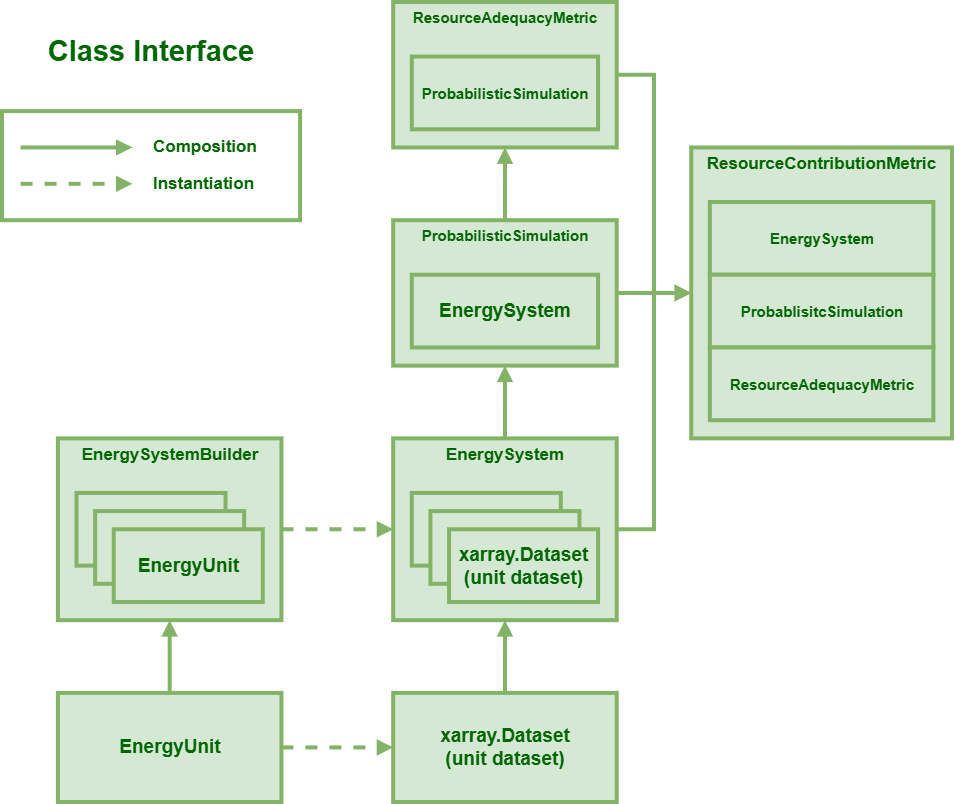
ijbd/assetra keeps this draw.io diagram as docs/_static/assetra-class-interface.drawio.png. Above is the earlier version. Source tidied: cells renumbered, new cells last; positions are measured from the earlier drawing's top-left corner, leaving out a move shared by most shapes.
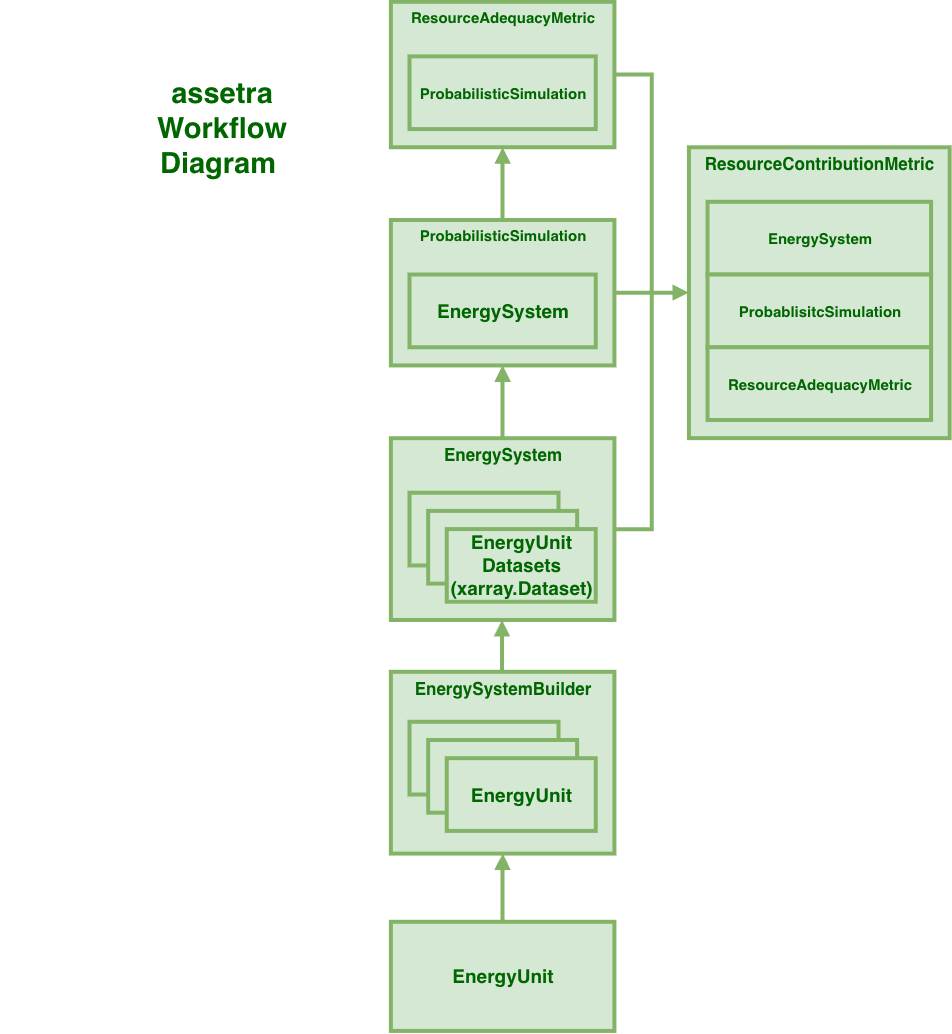
The same file after the commit.

Commit message:
Changed UML Diagrams and Badge Update Structure (#111)

The edit, as a diff of the source:
```diff
@@ -5,49 +5,28 @@
     <mxCell id="2" style="group;fontSize=34;strokeWidth=4;" parent="1" vertex="1">
       <mxGeometry width="950" height="800" as="geometry" />
     </mxCell>
-    <mxCell id="3" style="rounded=0;whiteSpace=wrap;html=1;fontFamily=Helvetica;fontSize=11;fillColor=none;strokeColor=#82b366;strokeWidth=4;" parent="2" vertex="1">
-      <mxGeometry y="109.1" width="298" height="109.1" as="geometry" />
-    </mxCell>
-    <mxCell id="4" value="EnergyUnit" style="rounded=0;whiteSpace=wrap;html=1;fillColor=#d5e8d4;strokeColor=#82b366;fontColor=#006600;strokeWidth=4;fontStyle=1;fontSize=19;" parent="2" vertex="1">
-      <mxGeometry x="55.9" y="690.9" width="223.5" height="109.1" as="geometry" />
-    </mxCell>
     <mxCell id="5" value="EnergySystemBuilder" style="rounded=0;whiteSpace=wrap;html=1;verticalAlign=top;fillColor=#d5e8d4;strokeColor=#82b366;fontColor=#006600;strokeWidth=4;fontSize=17;fontStyle=1;" parent="2" vertex="1">
-      <mxGeometry x="55.9" y="436.4" width="223.5" height="181.8" as="geometry" />
+      <mxGeometry x="391.2" y="670" width="223.5" height="181.8" as="geometry" />
     </mxCell>
-    <mxCell id="6" style="edgeStyle=orthogonalEdgeStyle;rounded=0;jettySize=auto;html=1;entryX=0.5;entryY=1;entryDx=0;entryDy=0;fillColor=#d5e8d4;strokeColor=#82b366;fontColor=#006600;strokeWidth=4;endArrow=block;endFill=1;fontStyle=1;" parent="2" edge="1" source="4" target="5">
-      <mxGeometry relative="1" as="geometry" />
-    </mxCell>
     <mxCell id="7" style="rounded=0;whiteSpace=wrap;html=1;fillColor=#d5e8d4;strokeColor=#82b366;fontColor=#006600;strokeWidth=4;fontSize=11;fontStyle=1;" parent="2" vertex="1">
-      <mxGeometry x="74.5" y="490.9" width="149" height="72.7" as="geometry" />
+      <mxGeometry x="409.8" y="720" width="149" height="72.7" as="geometry" />
     </mxCell>
-    <mxCell id="8" value="&lt;div style=&quot;font-size: 19px;&quot;&gt;xarray.Dataset&lt;br style=&quot;font-size: 19px;&quot;&gt;&lt;/div&gt;&lt;div style=&quot;font-size: 19px;&quot;&gt;(unit dataset)&lt;/div&gt;" style="rounded=0;whiteSpace=wrap;html=1;align=center;verticalAlign=middle;fillColor=#d5e8d4;strokeColor=#82b366;fontColor=#006600;strokeWidth=4;fontStyle=1;fontSize=19;" parent="2" vertex="1">
-      <mxGeometry x="391.2" y="690.9" width="223.5" height="109.1" as="geometry" />
-    </mxCell>
-    <mxCell id="9" style="edgeStyle=orthogonalEdgeStyle;rounded=0;jettySize=auto;html=1;dashed=1;fillColor=#d5e8d4;strokeColor=#82b366;fontColor=#006600;strokeWidth=4;endArrow=block;endFill=1;fontStyle=1;" parent="2" edge="1" source="4" target="8">
-      <mxGeometry relative="1" as="geometry" />
-    </mxCell>
     <mxCell id="10" style="rounded=0;whiteSpace=wrap;html=1;fillColor=#d5e8d4;strokeColor=#82b366;fontColor=#006600;strokeWidth=4;fontStyle=1;" parent="2" vertex="1">
-      <mxGeometry x="93.1" y="509.1" width="149" height="72.7" as="geometry" />
+      <mxGeometry x="428.4" y="738.2" width="149" height="72.7" as="geometry" />
     </mxCell>
     <mxCell id="11" value="EnergyUnit" style="rounded=0;whiteSpace=wrap;html=1;fillColor=#d5e8d4;strokeColor=#82b366;fontColor=#006600;strokeWidth=4;fontStyle=1;fontSize=19;" parent="2" vertex="1">
-      <mxGeometry x="111.8" y="527.3" width="149" height="72.7" as="geometry" />
+      <mxGeometry x="447.1" y="756.4" width="149" height="72.7" as="geometry" />
     </mxCell>
     <mxCell id="12" value="EnergySystem" style="rounded=0;whiteSpace=wrap;html=1;verticalAlign=top;fillColor=#d5e8d4;strokeColor=#82b366;fontColor=#006600;strokeWidth=4;fontSize=17;fontStyle=1;" parent="2" vertex="1">
       <mxGeometry x="391.2" y="436.4" width="223.5" height="181.8" as="geometry" />
     </mxCell>
-    <mxCell id="13" style="edgeStyle=orthogonalEdgeStyle;rounded=0;jettySize=auto;html=1;entryX=0;entryY=0.5;entryDx=0;entryDy=0;dashed=1;fillColor=#d5e8d4;strokeColor=#82b366;fontColor=#006600;strokeWidth=4;endArrow=block;endFill=1;fontStyle=1;" parent="2" edge="1" source="5" target="12">
-      <mxGeometry relative="1" as="geometry" />
-    </mxCell>
-    <mxCell id="14" style="edgeStyle=orthogonalEdgeStyle;rounded=0;jettySize=auto;html=1;entryX=0.5;entryY=1;entryDx=0;entryDy=0;fillColor=#d5e8d4;strokeColor=#82b366;fontColor=#006600;strokeWidth=4;endArrow=block;endFill=1;fontStyle=1;" parent="2" edge="1" source="8" target="12">
-      <mxGeometry relative="1" as="geometry" />
-    </mxCell>
     <mxCell id="15" style="rounded=0;whiteSpace=wrap;html=1;fillColor=#d5e8d4;strokeColor=#82b366;fontColor=#006600;strokeWidth=4;fontStyle=1;" parent="2" vertex="1">
       <mxGeometry x="409.8" y="490.9" width="149" height="72.7" as="geometry" />
     </mxCell>
     <mxCell id="16" style="rounded=0;whiteSpace=wrap;html=1;fillColor=#d5e8d4;strokeColor=#82b366;fontColor=#006600;strokeWidth=4;fontStyle=1;" parent="2" vertex="1">
       <mxGeometry x="428.4" y="509.1" width="149" height="72.7" as="geometry" />
     </mxCell>
-    <mxCell id="17" value="&lt;div style=&quot;font-size: 19px;&quot;&gt;xarray.Dataset&lt;/div&gt;&lt;div style=&quot;font-size: 19px;&quot;&gt;(unit dataset)&lt;br style=&quot;font-size: 19px;&quot;&gt;&lt;/div&gt;" style="rounded=0;whiteSpace=wrap;html=1;fillColor=#d5e8d4;strokeColor=#82b366;fontColor=#006600;strokeWidth=4;fontSize=19;fontStyle=1;" parent="2" vertex="1">
+    <mxCell id="17" value="&lt;div style=&quot;font-size: 19px;&quot;&gt;&lt;span style=&quot;background-color: transparent; color: light-dark(rgb(0, 102, 0), rgb(111, 199, 111));&quot;&gt;EnergyUnit Datasets&lt;/span&gt;&lt;/div&gt;&lt;div style=&quot;font-size: 19px;&quot;&gt;&lt;span style=&quot;background-color: transparent; color: light-dark(rgb(0, 102, 0), rgb(111, 199, 111));&quot;&gt;(&lt;/span&gt;&lt;span style=&quot;background-color: transparent; color: light-dark(rgb(0, 102, 0), rgb(111, 199, 111));&quot;&gt;xarray.Dataset)&lt;/span&gt;&lt;/div&gt;" style="rounded=0;whiteSpace=wrap;html=1;fillColor=#d5e8d4;strokeColor=#82b366;fontColor=#006600;strokeWidth=4;fontSize=19;fontStyle=1;" parent="2" vertex="1">
       <mxGeometry x="447.1" y="527.3" width="149" height="72.7" as="geometry" />
     </mxCell>
     <mxCell id="18" value="&lt;font style=&quot;font-size: 15px;&quot;&gt;ProbabilisticSimulation&lt;/font&gt;" style="rounded=0;whiteSpace=wrap;html=1;verticalAlign=top;fillColor=#d5e8d4;strokeColor=#82b366;fontColor=#006600;strokeWidth=4;fontSize=15;fontStyle=1;" parent="2" vertex="1">
@@ -89,26 +68,26 @@
     <mxCell id="30" value="ResourceAdequacyMetric" style="rounded=0;whiteSpace=wrap;html=1;fillColor=#d5e8d4;strokeColor=#82b366;fontColor=#006600;strokeWidth=4;fontSize=15;fontStyle=1;" parent="2" vertex="1">
       <mxGeometry x="707.8" y="345.5" width="223.5" height="72.7" as="geometry" />
     </mxCell>
-    <mxCell id="31" style="edgeStyle=orthogonalEdgeStyle;rounded=0;orthogonalLoop=1;jettySize=auto;html=1;entryX=0;entryY=0.5;entryDx=0;entryDy=0;fillColor=#d5e8d4;strokeColor=#82b366;fontColor=#006600;strokeWidth=4;endArrow=block;endFill=1;fontStyle=1;" parent="2" edge="1">
-      <mxGeometry relative="1" as="geometry">
-        <mxPoint x="18.6" y="145.5" as="sourcePoint" />
-        <mxPoint x="130.4" y="145.5" as="targetPoint" />
-      </mxGeometry>
-    </mxCell>
-    <mxCell id="32" style="edgeStyle=orthogonalEdgeStyle;rounded=0;orthogonalLoop=1;jettySize=auto;html=1;entryX=0;entryY=0.5;entryDx=0;entryDy=0;dashed=1;fillColor=#d5e8d4;strokeColor=#82b366;fontColor=#006600;strokeWidth=4;endArrow=block;endFill=1;fontStyle=1;" parent="2" edge="1">
-      <mxGeometry relative="1" as="geometry">
-        <mxPoint x="18.6" y="181.8" as="sourcePoint" />
-        <mxPoint x="130.4" y="181.8" as="targetPoint" />
-      </mxGeometry>
-    </mxCell>
-    <mxCell id="33" value="Composition" style="text;html=1;strokeColor=none;fillColor=none;align=left;verticalAlign=middle;whiteSpace=wrap;rounded=0;fontSize=17;fontFamily=Helvetica;fontColor=#006600;fontStyle=1;strokeWidth=4;" parent="2" vertex="1">
-      <mxGeometry x="149" y="127.3" width="111.8" height="36.4" as="geometry" />
-    </mxCell>
-    <mxCell id="34" value="Instantiation" style="text;html=1;strokeColor=none;fillColor=none;align=left;verticalAlign=middle;whiteSpace=wrap;rounded=0;fontSize=17;fontFamily=Helvetica;fontColor=#006600;fontStyle=1;strokeWidth=4;" parent="2" vertex="1">
-      <mxGeometry x="149" y="163.6" width="111.8" height="36.4" as="geometry" />
-    </mxCell>
-    <mxCell id="35" value="&lt;b style=&quot;font-size: 29px;&quot;&gt;Class Interface&lt;br style=&quot;font-size: 29px;&quot;&gt;&lt;/b&gt;" style="text;html=1;strokeColor=none;fillColor=none;align=center;verticalAlign=middle;whiteSpace=wrap;rounded=0;fontSize=29;fontFamily=Helvetica;fontColor=#006600;strokeWidth=4;" parent="2" vertex="1">
-      <mxGeometry x="37.3" y="21.8" width="223.5" height="54.5" as="geometry" />
+    <mxCell id="35" value="&lt;b style=&quot;font-size: 29px;&quot;&gt;assetra Workflow Diagram&amp;nbsp;&lt;br style=&quot;font-size: 29px;&quot;&gt;&lt;/b&gt;" style="text;html=1;strokeColor=none;fillColor=none;align=center;verticalAlign=middle;whiteSpace=wrap;rounded=0;fontSize=29;fontFamily=Helvetica;fontColor=#006600;strokeWidth=4;" parent="2" vertex="1">
+      <mxGeometry x="110" y="100" width="223.5" height="54.5" as="geometry" />
     </mxCell>
+    <mxCell id="36" style="edgeStyle=orthogonalEdgeStyle;rounded=0;orthogonalLoop=1;jettySize=auto;html=1;innerLoopWaypoints=1;exitX=0.5;exitY=1;exitDx=0;exitDy=0;" parent="2" edge="1">
+      <mxGeometry relative="1" as="geometry">
+        <mxPoint x="150" y="181.8" as="sourcePoint" />
+        <mxPoint x="150" y="181.8" as="targetPoint" />
+      </mxGeometry>
+    </mxCell>
+    <mxCell id="37" style="edgeStyle=orthogonalEdgeStyle;rounded=0;orthogonalLoop=1;jettySize=auto;html=1;entryX=0.5;entryY=1;entryDx=0;entryDy=0;fillColor=#d5e8d4;strokeColor=#82b366;fontColor=#006600;strokeWidth=4;endArrow=block;endFill=1;fontStyle=1;" parent="2" edge="1">
+      <mxGeometry relative="1" as="geometry">
+        <mxPoint x="502.3" y="670" as="sourcePoint" />
+        <mxPoint x="502.3" y="618.2" as="targetPoint" />
+      </mxGeometry>
+    </mxCell>
+    <mxCell id="4" value="EnergyUnit" style="rounded=0;whiteSpace=wrap;html=1;fillColor=#d5e8d4;strokeColor=#82b366;fontColor=#006600;strokeWidth=4;fontStyle=1;fontSize=19;" parent="1" vertex="1">
+      <mxGeometry x="391.2" y="920" width="223.5" height="109.1" as="geometry" />
+    </mxCell>
+    <mxCell id="6" style="edgeStyle=orthogonalEdgeStyle;rounded=0;jettySize=auto;html=1;entryX=0.5;entryY=1;entryDx=0;entryDy=0;fillColor=#d5e8d4;strokeColor=#82b366;fontColor=#006600;strokeWidth=4;endArrow=block;endFill=1;fontStyle=1;" parent="1" edge="1" source="4" target="5">
+      <mxGeometry relative="1" as="geometry" />
+    </mxCell>
   </root>
 </mxGraphModel>
```
